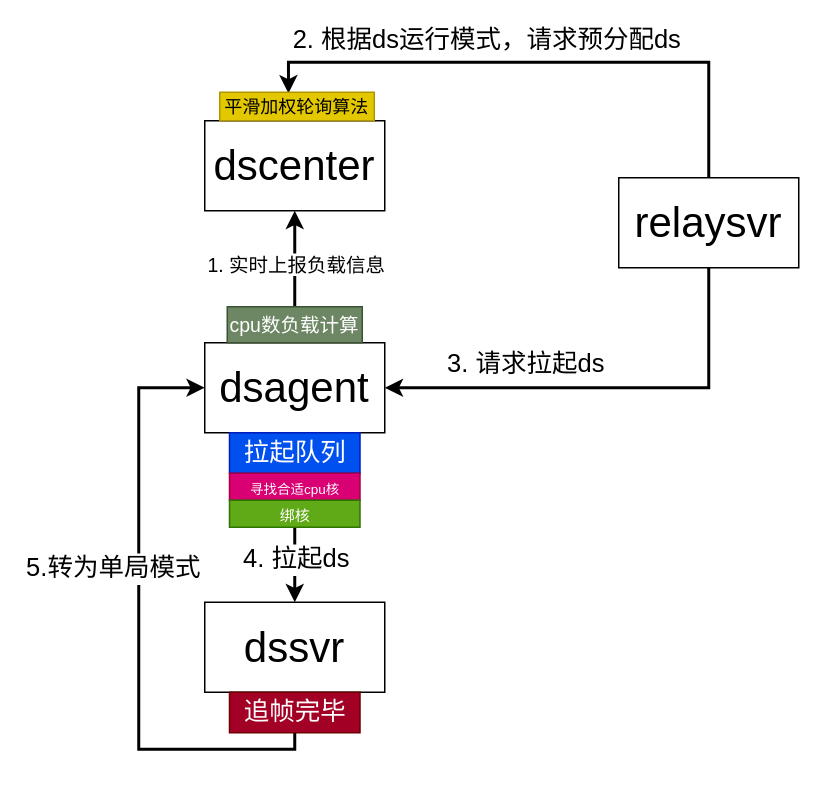
The draw.io diagram page "第 23 页" (23 of 26) of NISHIKI架构.drawio in Memoryss/NISHIKI, before the edit. Source tidied: cells renumbered, new cells numbered last; positions are measured from the earlier drawing's top-left corner, leaving out a move shared by most shapes. Both pictures are drawn from the tidied source at 150%, with x=0, y=0 at pixel (138, 92).
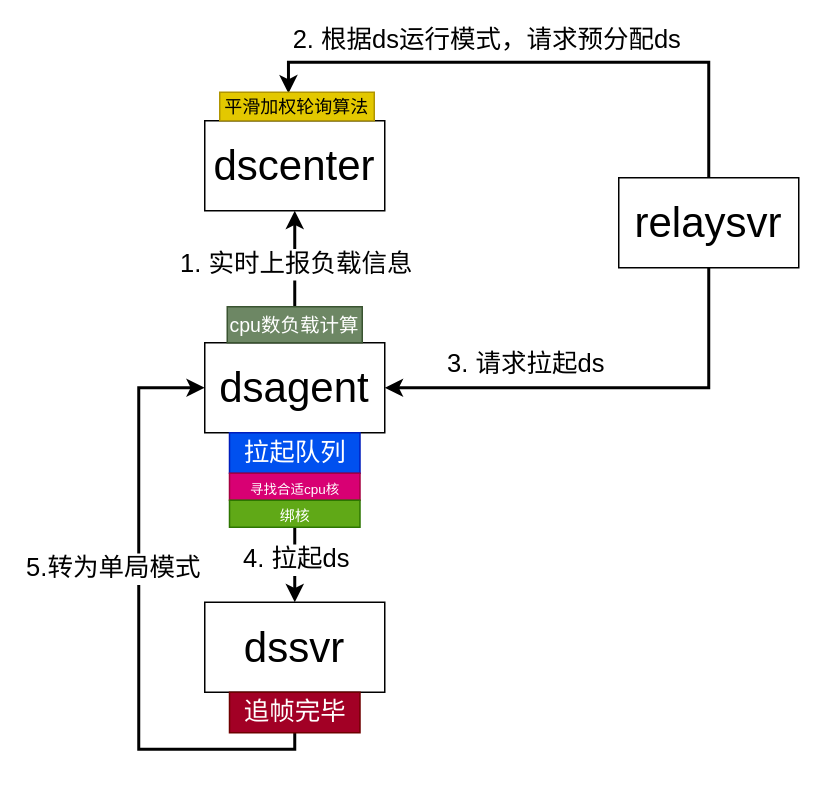
After the change.

Unchanged cells that the change refers to:
```xml
<mxCell id="19" style="edgeStyle=orthogonalEdgeStyle;rounded=0;jettySize=auto;html=1;exitX=0.5;exitY=0;exitDx=0;exitDy=0;entryX=0.5;entryY=1;entryDx=0;entryDy=0;strokeWidth=2;fontSize=13;fontColor=#000000;" parent="1" edge="1" source="21" target="2">
  <mxGeometry relative="1" as="geometry" />
</mxCell>
```

Diff of the diagram source:
```diff
@@
-    <mxCell id="20" value="1. 实时上报负载信息" style="edgeLabel;html=1;align=center;verticalAlign=middle;fontSize=13;fontColor=#000000;" parent="19" vertex="1">
+    <mxCell id="20" value="1. 实时上报负载信息" style="edgeLabel;html=1;align=center;verticalAlign=middle;fontSize=17;fontColor=#000000;" parent="19" vertex="1">
       <mxGeometry x="-0.19" y="-2" relative="1" as="geometry">
         <mxPoint x="-2" y="-3" as="offset" />
       </mxGeometry>
     </mxCell>
```
